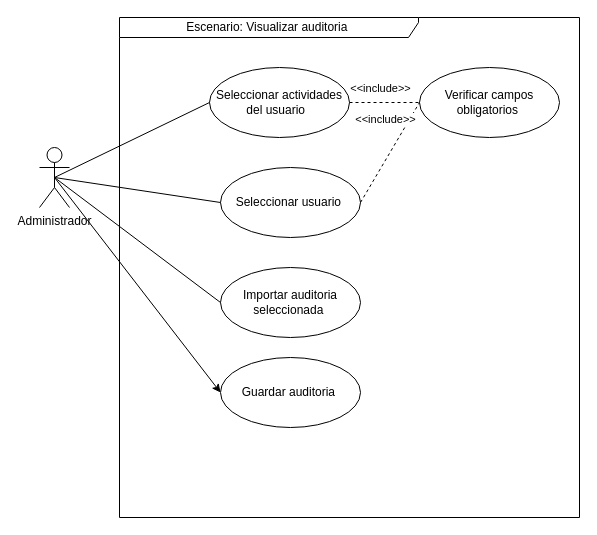
Above: page "Visualizar auditoria" (11 of 16) of documentacion/Untitled Diagram.drawio in nicasop/PROYECTO_INTEGRADOR_P58 (draw.io), before the change. Source tidied: cells renumbered, new cells numbered last; positions are measured from the earlier drawing's top-left corner, leaving out a move shared by most shapes. Both pictures are drawn from the tidied source at 100%, with x=0, y=0 at pixel (39, 17).
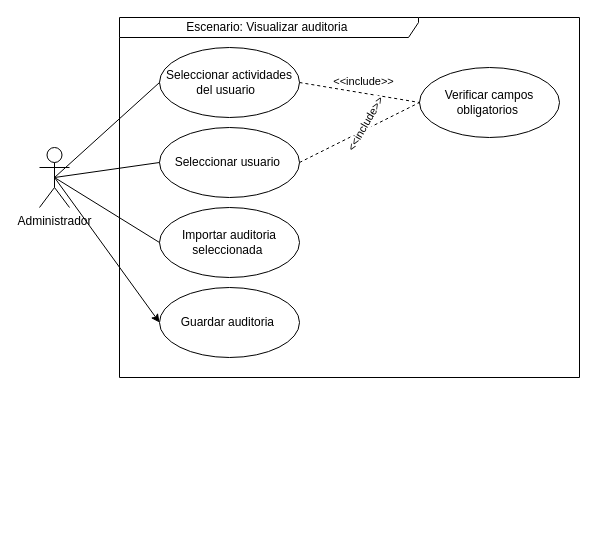
After the change.

What changed in the source:
```diff
@@
 <mxGraphModel>
   <root>
     <mxCell id="0" />
     <mxCell id="1" parent="0" />
     <mxCell id="2" value="Escenario: Visualizar auditoria&amp;nbsp;" style="shape=umlFrame;whiteSpace=wrap;html=1;width=299;height=20;" parent="1" vertex="1">
-      <mxGeometry x="80" width="460" height="500" as="geometry" />
+      <mxGeometry x="80" width="460" height="360" as="geometry" />
     </mxCell>
     <mxCell id="3" value="Administrador" style="shape=umlActor;verticalLabelPosition=bottom;verticalAlign=top;html=1;" parent="1" vertex="1">
       <mxGeometry y="130" width="30" height="60" as="geometry" />
     </mxCell>
     <mxCell id="4" value="Seleccionar actividades del usuario&amp;nbsp;&amp;nbsp;" style="ellipse;whiteSpace=wrap;html=1;" parent="1" vertex="1">
-      <mxGeometry x="170" y="50" width="140" height="70" as="geometry" />
+      <mxGeometry x="120" y="30" width="140" height="70" as="geometry" />
     </mxCell>
     <mxCell id="5" style="endArrow=none;html=1;exitX=0.5;exitY=0.5;exitDx=0;exitDy=0;exitPerimeter=0;entryX=0;entryY=0.5;entryDx=0;entryDy=0;" parent="1" edge="1" source="3" target="4">
       <mxGeometry relative="1" as="geometry" />
     </mxCell>
     <mxCell id="6" value="Verificar campos obligatorios&amp;nbsp;" style="ellipse;whiteSpace=wrap;html=1;" parent="1" vertex="1">
       <mxGeometry x="380" y="50" width="140" height="70" as="geometry" />
     </mxCell>
     <mxCell id="7" style="endArrow=none;dashed=1;html=1;exitX=1;exitY=0.5;exitDx=0;exitDy=0;entryX=0;entryY=0.5;entryDx=0;entryDy=0;" parent="1" edge="1" source="4" target="6">
       <mxGeometry relative="1" as="geometry" />
     </mxCell>
     <mxCell id="8" value="&amp;lt;&amp;lt;include&amp;gt;&amp;gt;" style="edgeLabel;html=1;align=center;verticalAlign=middle;" parent="7" vertex="1">
       <mxGeometry x="0.35" y="-2" relative="1" as="geometry">
         <mxPoint x="-17" y="-17" as="offset" />
       </mxGeometry>
     </mxCell>
     <mxCell id="9" value="Seleccionar usuario&amp;nbsp;" style="ellipse;whiteSpace=wrap;html=1;" parent="1" vertex="1">
-      <mxGeometry x="181" y="150" width="140" height="70" as="geometry" />
+      <mxGeometry x="120" y="110" width="140" height="70" as="geometry" />
     </mxCell>
     <mxCell id="10" style="endArrow=none;html=1;exitX=0.5;exitY=0.5;exitDx=0;exitDy=0;exitPerimeter=0;entryX=0;entryY=0.5;entryDx=0;entryDy=0;" parent="1" edge="1" source="3" target="9">
       <mxGeometry relative="1" as="geometry" />
     </mxCell>
     <mxCell id="11" value="Importar auditoria seleccionada&amp;nbsp;" style="ellipse;whiteSpace=wrap;html=1;" parent="1" vertex="1">
-      <mxGeometry x="181" y="250" width="140" height="70" as="geometry" />
+      <mxGeometry x="120" y="190" width="140" height="70" as="geometry" />
     </mxCell>
     <mxCell id="12" style="endArrow=none;html=1;exitX=0.5;exitY=0.5;exitDx=0;exitDy=0;exitPerimeter=0;entryX=0;entryY=0.5;entryDx=0;entryDy=0;" parent="1" edge="1" source="3" target="11">
       <mxGeometry relative="1" as="geometry" />
     </mxCell>
     <mxCell id="13" value="Guardar auditoria&amp;nbsp;" style="ellipse;whiteSpace=wrap;html=1;" parent="1" vertex="1">
-      <mxGeometry x="181" y="340" width="140" height="70" as="geometry" />
+      <mxGeometry x="120" y="270" width="140" height="70" as="geometry" />
     </mxCell>
     <mxCell id="14" style="endArrow=classic;html=1;exitX=0.5;exitY=0.5;exitDx=0;exitDy=0;exitPerimeter=0;entryX=0;entryY=0.5;entryDx=0;entryDy=0;" parent="1" edge="1" source="3" target="13">
       <mxGeometry relative="1" as="geometry" />
     </mxCell>
     <mxCell id="15" style="endArrow=none;dashed=1;html=1;exitX=1;exitY=0.5;exitDx=0;exitDy=0;entryX=0;entryY=0.5;entryDx=0;entryDy=0;" parent="1" edge="1" source="9" target="6">
       <mxGeometry relative="1" as="geometry" />
     </mxCell>
-    <mxCell id="16" value="&amp;lt;&amp;lt;include&amp;gt;&amp;gt;" style="edgeLabel;html=1;align=center;verticalAlign=middle;" parent="15" vertex="1">
+    <mxCell id="16" value="&amp;lt;&amp;lt;include&amp;gt;&amp;gt;" style="edgeLabel;html=1;align=center;verticalAlign=middle;rotation=-60;" parent="15" vertex="1">
       <mxGeometry x="0.35" y="-2" relative="1" as="geometry">
-        <mxPoint x="-17" y="-17" as="offset" />
+        <mxPoint x="-17" y="1" as="offset" />
       </mxGeometry>
     </mxCell>
   </root>
 </mxGraphModel>
```
